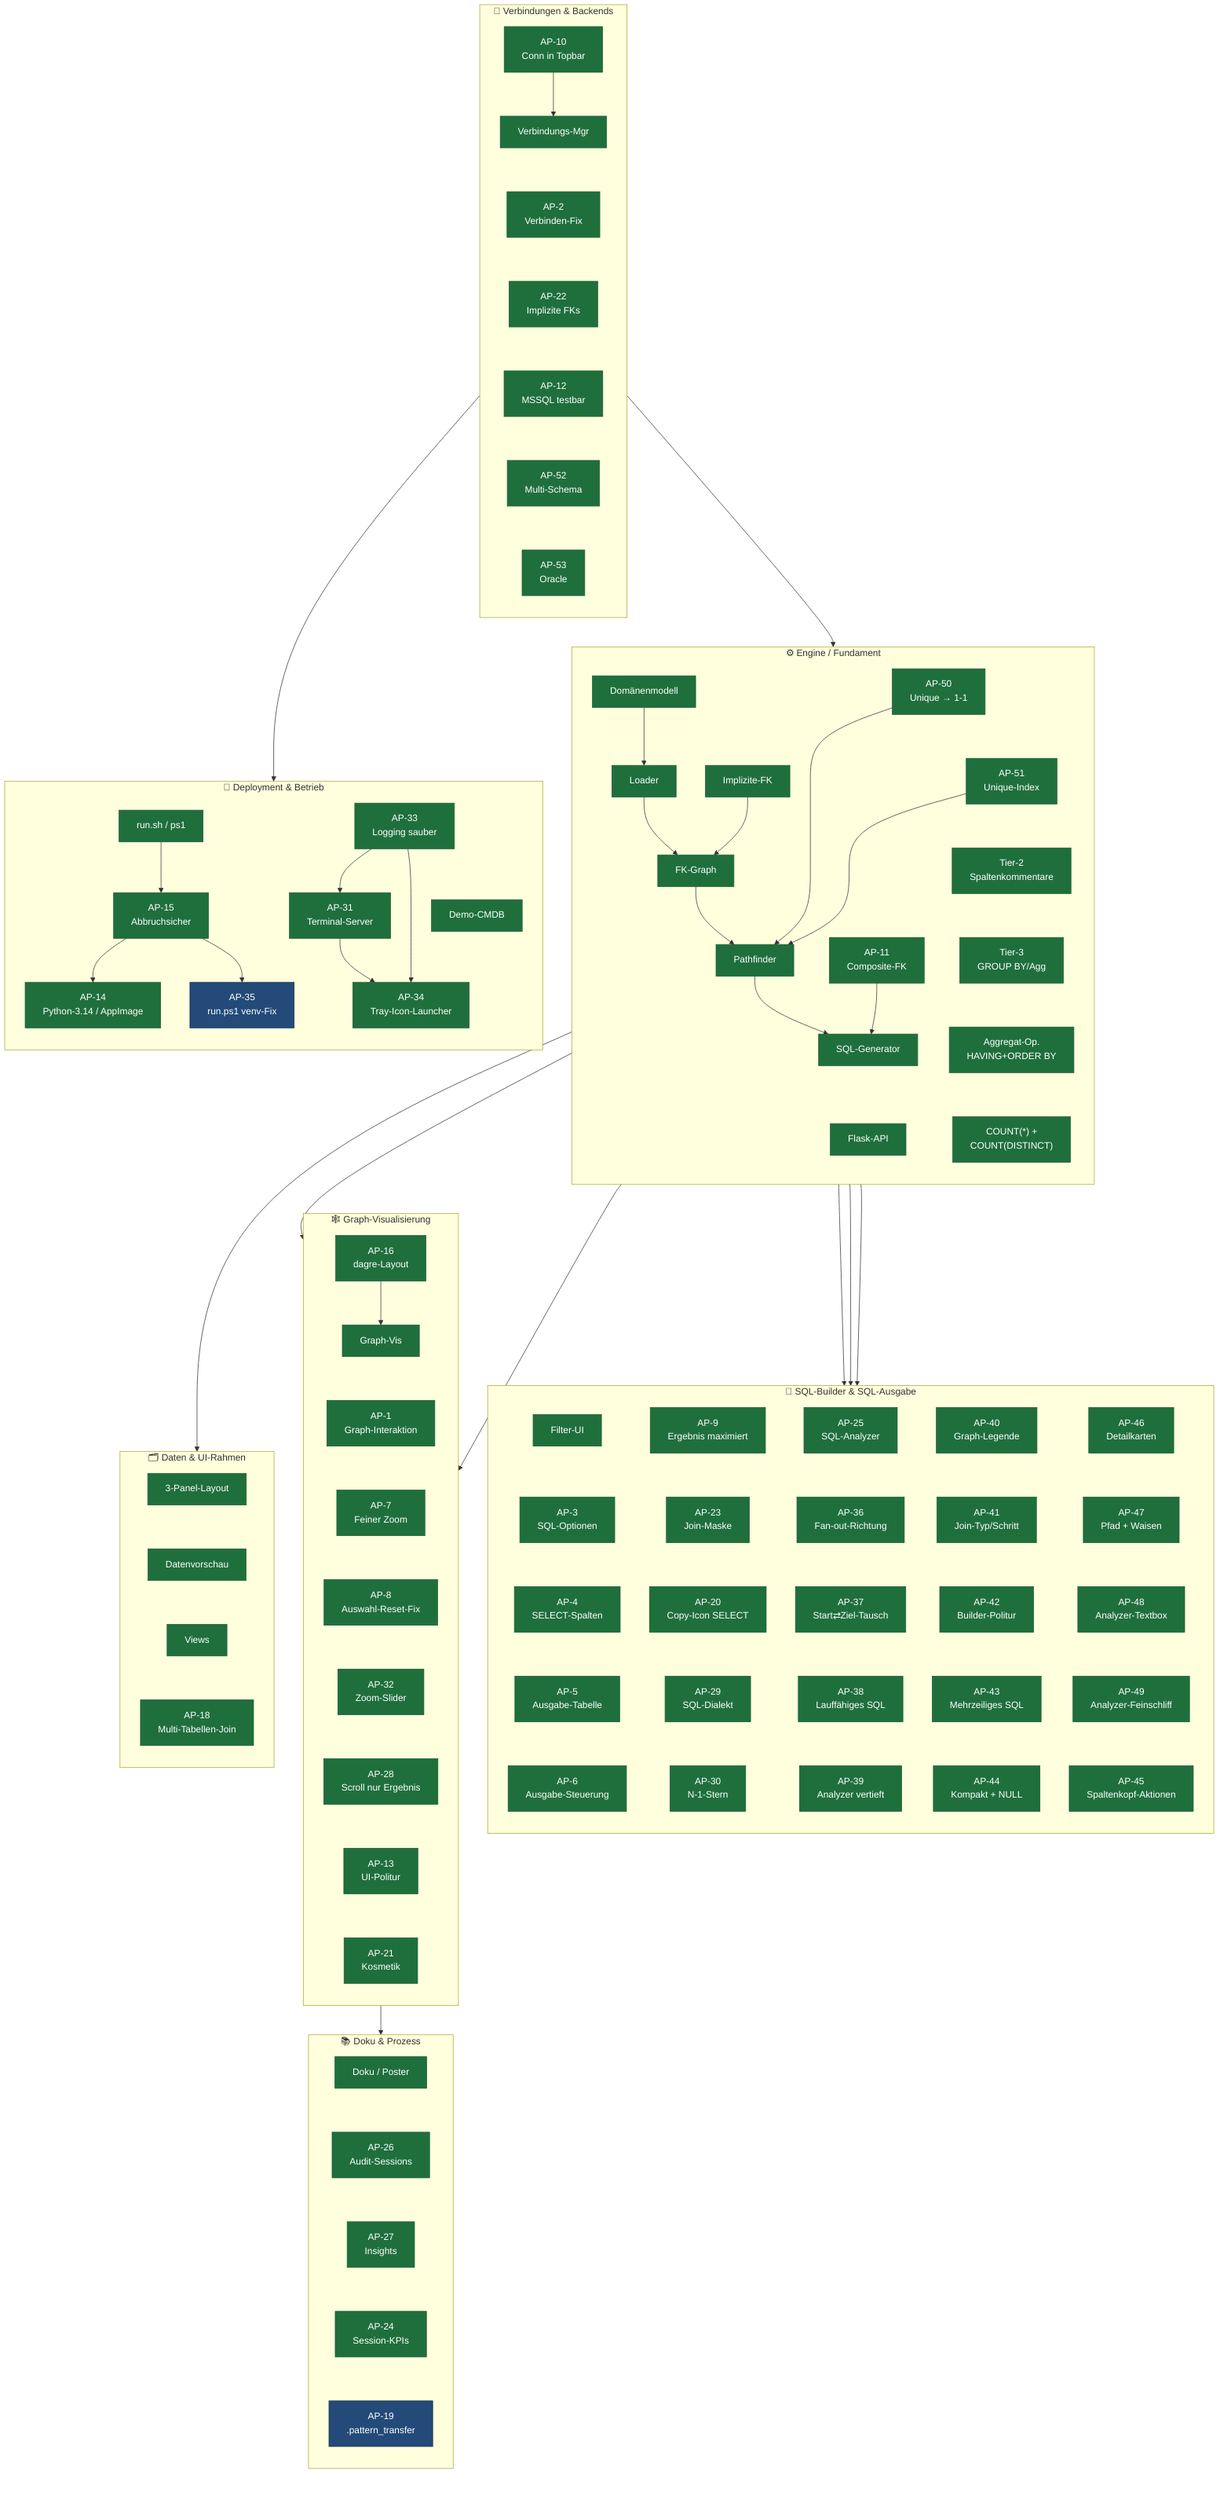
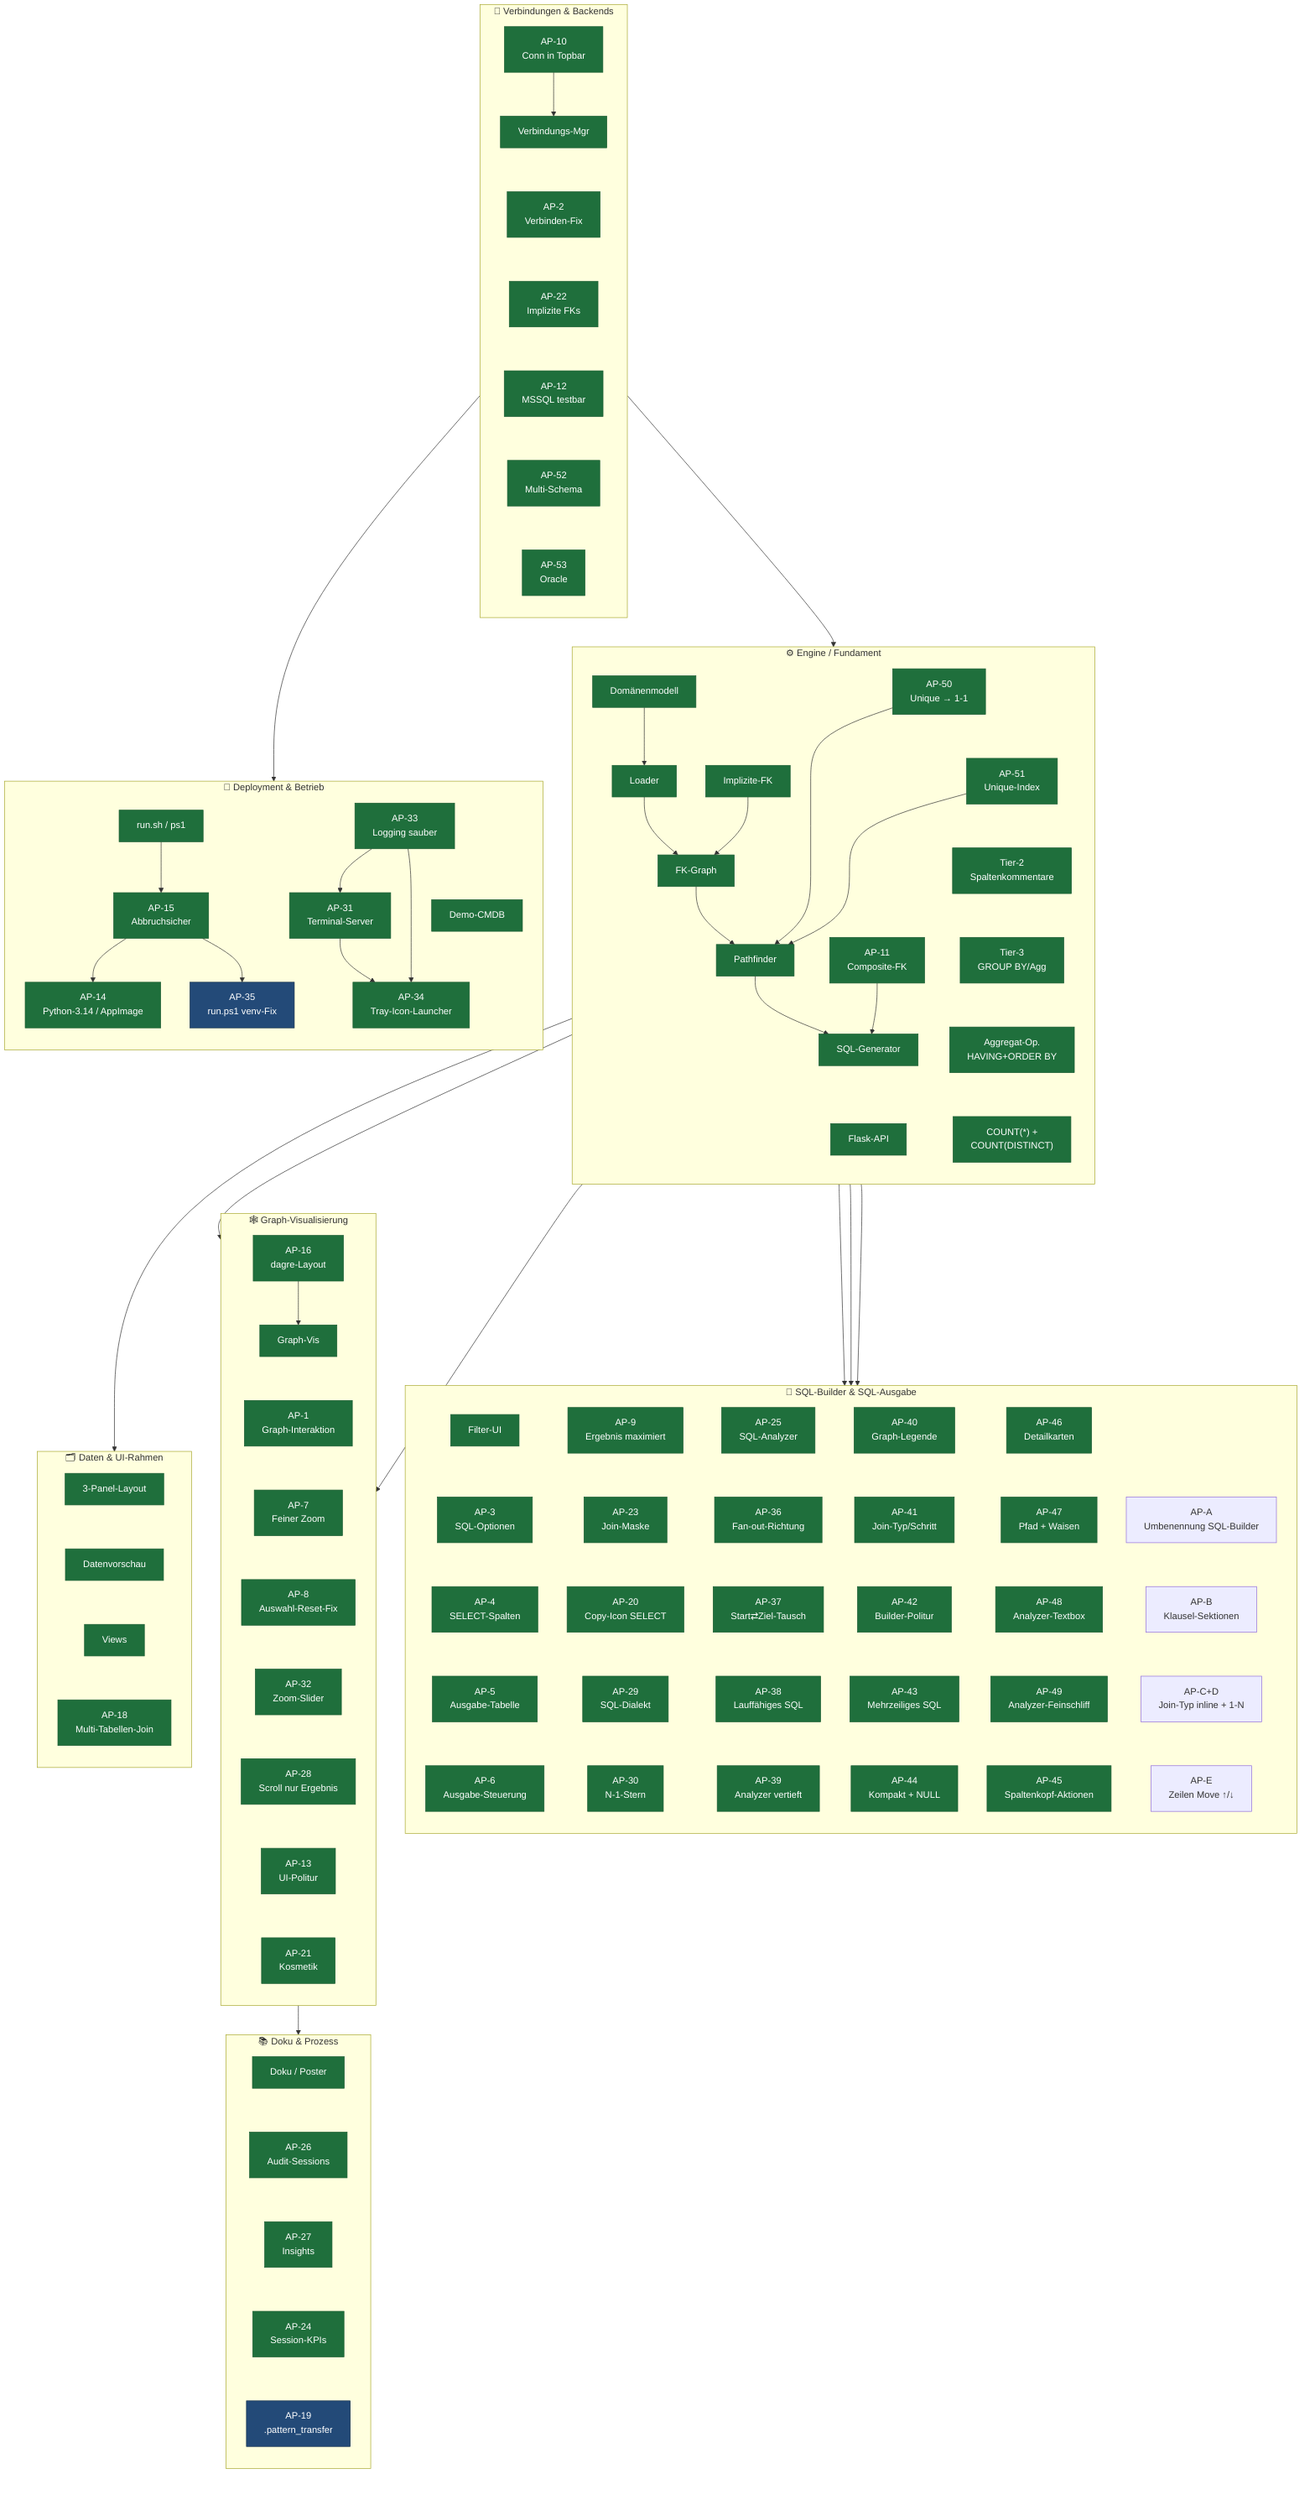
flowchart TB
    classDef done fill:#1f6f3c,color:#fff,stroke:#1a5c32,stroke-width:1px
    classDef plan fill:#234a78,color:#fff,stroke:#16314f,stroke-width:1px

    %% ── C1 · Engine / Fundament ──────────────────────────────────────────
    subgraph C1["⚙️  Engine / Fundament"]
        direction TB
        E1["Domänenmodell"]
        E2["Loader"]
        E3["FK-Graph"]
        E4["Pathfinder"]
        E5["SQL-Generator"]
        E6["Flask-API"]
        E7["AP-11\nComposite-FK"]
        E8["Implizite-FK"]
        E9["AP-50\nUnique → 1-1"]
        E10["AP-51\nUnique-Index"]
        E11["Tier-2\nSpaltenkommentare"]
        E12["Tier-3\nGROUP BY/Agg"]
        E13["Aggregat-Op.\nHAVING+ORDER BY"]
        E14["COUNT(*) +\nCOUNT(DISTINCT)"]
        E1 --> E2 --> E3 --> E4 --> E5
        E7 --> E5
        E8 --> E3
        E9 --> E4
        E10 --> E4
        E5 ~~~ E6
        E9 ~~~ E10
        E10 ~~~ E11
        E11 ~~~ E12
        E12 ~~~ E13
        E13 ~~~ E14
    end

    %% ── C2 · Verbindungen & Backends ─────────────────────────────────────
    subgraph C2["🔌  Verbindungen & Backends"]
        direction TB
        V1["Verbindungs-Mgr"]
        V2["AP-2\nVerbinden-Fix"]
        V3["AP-10\nConn in Topbar"]
        V4["AP-12\nMSSQL testbar"]
        V5["AP-22\nImplizite FKs"]
        V6["AP-52\nMulti-Schema"]
        V7["AP-53\nOracle"]
        V3 --> V1
        V1 ~~~ V2 ~~~ V5 ~~~ V4 ~~~ V6 ~~~ V7
    end

    %% ── C3 · SQL-Builder & SQL-Ausgabe ──────────────────────────────────
    subgraph C3["🧩  SQL-Builder & SQL-Ausgabe"]
        direction TB
        J1["Filter-UI"]
        J2["AP-3\nSQL-Optionen"]
        J3["AP-4\nSELECT-Spalten"]
        J4["AP-5\nAusgabe-Tabelle"]
        J5["AP-6\nAusgabe-Steuerung"]
        J6["AP-9\nErgebnis maximiert"]
        J7["AP-23\nJoin-Maske"]
        J8["AP-20\nCopy-Icon SELECT"]
        J9["AP-29\nSQL-Dialekt"]
        J10["AP-30\nN-1-Stern"]
        J11["AP-25\nSQL-Analyzer"]
        J12["AP-36\nFan-out-Richtung"]
        J13["AP-37\nStart⇄Ziel-Tausch"]
        J14["AP-38\nLauffähiges SQL"]
        J15["AP-39\nAnalyzer vertieft"]
        J16["AP-40\nGraph-Legende"]
        J17["AP-41\nJoin-Typ/Schritt"]
        J18["AP-42\nBuilder-Politur"]
        J19["AP-43\nMehrzeiliges SQL"]
        J20["AP-44\nKompakt + NULL"]
        J21["AP-46\nDetailkarten"]
        J22["AP-47\nPfad + Waisen"]
        J23["AP-48\nAnalyzer-Textbox"]
        J24["AP-49\nAnalyzer-Feinschliff"]
        J25["AP-45\nSpaltenkopf-Aktionen"]
+         J26["AP-A\nUmbenennung SQL-Builder"]
+         J27["AP-B\nKlausel-Sektionen"]
+         J28["AP-C+D\nJoin-Typ inline + 1-N"]
+         J29["AP-E\nZeilen Move ↑/↓"]
        %% In 5 parallele Spalten gepackt (statt einer 25-Boxen-Säule) → kompaktes Gitter
        J1 ~~~ J2 ~~~ J3 ~~~ J4 ~~~ J5
        J6 ~~~ J7 ~~~ J8 ~~~ J9 ~~~ J10
        J11 ~~~ J12 ~~~ J13 ~~~ J14 ~~~ J15
        J16 ~~~ J17 ~~~ J18 ~~~ J19 ~~~ J20
        J21 ~~~ J22 ~~~ J23 ~~~ J24 ~~~ J25
+         J26 ~~~ J27 ~~~ J28 ~~~ J29
    end

    %% ── C4 · Graph-Visualisierung ────────────────────────────────────────
    subgraph C4["🕸️  Graph-Visualisierung"]
        direction TB
        G1["Graph-Vis"]
        G2["AP-1\nGraph-Interaktion"]
        G3["AP-7\nFeiner Zoom"]
        G4["AP-8\nAuswahl-Reset-Fix"]
        G5["AP-16\ndagre-Layout"]
        G6["AP-32\nZoom-Slider"]
        G7["AP-28\nScroll nur Ergebnis"]
        G8["AP-13\nUI-Politur"]
        G9["AP-21\nKosmetik"]
        G5 --> G1
        G1 ~~~ G2 ~~~ G3 ~~~ G4 ~~~ G6 ~~~ G7 ~~~ G8 ~~~ G9
    end

    %% ── C5 · Daten & UI-Rahmen ───────────────────────────────────────────
    subgraph C5["🗂️  Daten & UI-Rahmen"]
        direction TB
        D1["3-Panel-Layout"]
        D2["Datenvorschau"]
        D3["Views"]
        D4["AP-18\nMulti-Tabellen-Join"]
        D1 ~~~ D2 ~~~ D3 ~~~ D4
    end

    %% ── C6 · Deployment & Betrieb ────────────────────────────────────────
    subgraph C6["🚀  Deployment & Betrieb"]
        direction TB
        B1["Demo-CMDB"]
        B2["run.sh / ps1"]
        B3["AP-15\nAbbruchsicher"]
        B4["AP-14\nPython-3.14 / AppImage"]
        B5["AP-35\nrun.ps1 venv-Fix"]
        B7["AP-31\nTerminal-Server"]
        B8["AP-33\nLogging sauber"]
        B9["AP-34\nTray-Icon-Launcher"]
        B2 --> B3
        B3 --> B4
        B3 --> B5
        B8 --> B7
        B7 --> B9
        B8 --> B9
        B1 ~~~ B9
    end

    %% ── C7 · Doku & Prozess ──────────────────────────────────────────────
    subgraph C7["📚  Doku & Prozess"]
        direction TB
        K1["Doku / Poster"]
        K2["AP-26\nAudit-Sessions"]
        K3["AP-27\nInsights"]
        K5["AP-24\nSession-KPIs"]
        K4["AP-19\n.pattern_transfer"]
        K1 ~~~ K2 ~~~ K3 ~~~ K5 ~~~ K4
    end

    %% ── Cluster-übergreifende Abhängigkeiten ─────────────────────────────
    V1 --> E2
    E5 --> J1
    E5 --> J9
    E5 --> J11
    E4 --> G2
    E3 --> G1
    E6 --> D1
    V4 --> B7
    G5 --> K2

    class E1,E2,E3,E4,E5,E6,E7,E8,E9,E10,E11,E12,E13,E14 done
    class V1,V2,V3,V4,V5,V6,V7 done
    class J1,J2,J3,J4,J5,J6,J7,J8,J9,J10,J11,J12,J13,J14,J15,J16,J17,J18,J19,J20,J21,J22,J23,J24,J25 done
    class G1,G2,G3,G4,G5,G6,G7,G8,G9 done
    class D1,D2,D3,D4 done
    class B1,B2,B3,B4,B7,B8,B9 done
    class B5 plan
    class K1,K2,K3,K5 done
    class K4 plan
